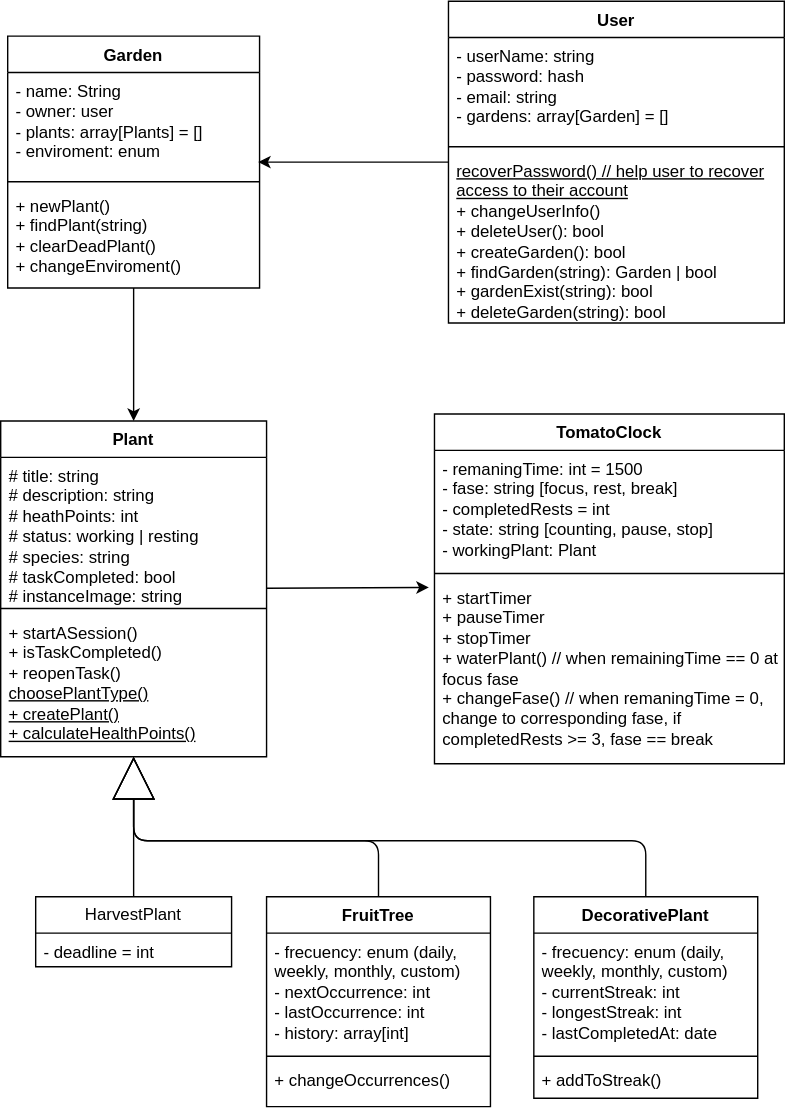
Earlier version of the draw.io export utils/uml-2.svg (danielmoralesar/pomodoro-garden). Source tidied: cells renumbered, new cells last; positions are measured from the earlier drawing's top-left corner, leaving out a move shared by most shapes.
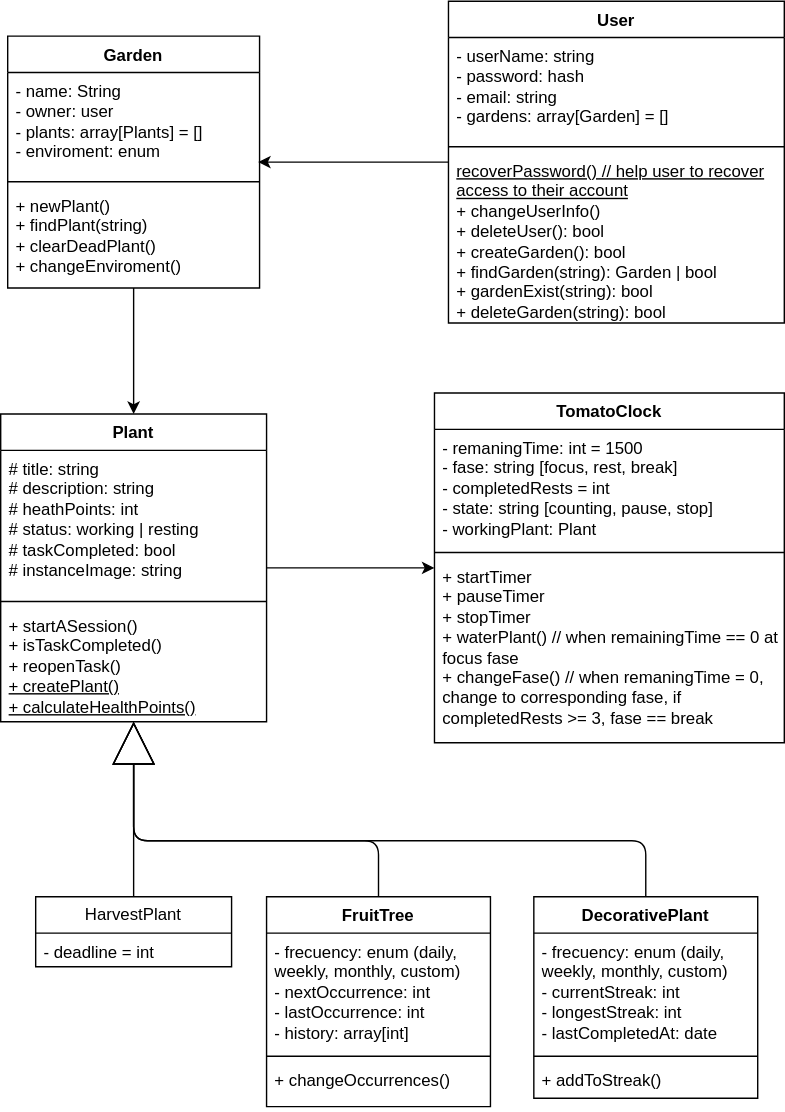
Later version of the same file.

What changed in the source:
```diff
@@ -2,17 +2,20 @@
   <root>
     <mxCell id="0" />
     <mxCell id="1" parent="0" />
+    <mxCell id="34" style="edgeStyle=none;html=1;" parent="1" edge="1" source="2" target="19">
+      <mxGeometry relative="1" as="geometry" />
+    </mxCell>
     <mxCell id="2" value="Plant" style="swimlane;fontStyle=1;align=center;verticalAlign=top;horizontal=1;startSize=26;whiteSpace=wrap;html=1;" parent="1" vertex="1">
-      <mxGeometry y="300" width="190" height="240" as="geometry" />
+      <mxGeometry y="295" width="190" height="220" as="geometry" />
     </mxCell>
-    <mxCell id="3" value="# title: string&lt;div&gt;# description: string&lt;/div&gt;&lt;div&gt;# heathPoints: int&amp;nbsp;&lt;/div&gt;&lt;div&gt;# status: working | resting&lt;/div&gt;&lt;div&gt;# species: string&lt;/div&gt;&lt;div&gt;# taskCompleted: bool&lt;/div&gt;&lt;div&gt;# instanceImage: string&lt;/div&gt;" style="text;strokeColor=none;fillColor=none;align=left;verticalAlign=top;spacingLeft=4;spacingRight=4;overflow=hidden;whiteSpace=wrap;html=1;" parent="2" vertex="1">
+    <mxCell id="3" value="# title: string&lt;div&gt;# description: string&lt;/div&gt;&lt;div&gt;# heathPoints: int&amp;nbsp;&lt;/div&gt;&lt;div&gt;# status: working | resting&lt;/div&gt;&lt;div&gt;# taskCompleted: bool&lt;/div&gt;&lt;div&gt;# instanceImage: string&lt;/div&gt;" style="text;strokeColor=none;fillColor=none;align=left;verticalAlign=top;spacingLeft=4;spacingRight=4;overflow=hidden;whiteSpace=wrap;html=1;" parent="2" vertex="1">
       <mxGeometry y="26" width="190" height="104" as="geometry" />
     </mxCell>
     <mxCell id="4" style="line;strokeWidth=1;fillColor=none;align=left;verticalAlign=middle;spacingTop=-1;spacingLeft=3;spacingRight=3;labelPosition=right;strokeColor=inherit;" parent="2" vertex="1">
       <mxGeometry y="130" width="190" height="8" as="geometry" />
     </mxCell>
-    <mxCell id="5" value="&lt;font&gt;+ startASession()&lt;/font&gt;&lt;div&gt;&lt;font&gt;+ isTaskCompleted()&lt;/font&gt;&lt;/div&gt;&lt;div&gt;&lt;span style=&quot;background-color: transparent;&quot;&gt;&lt;font&gt;+ reopenTask()&lt;/font&gt;&lt;/span&gt;&lt;/div&gt;&lt;div&gt;&lt;span style=&quot;background-color: transparent;&quot;&gt;&lt;font&gt;&lt;u&gt;choosePlantType()&lt;/u&gt;&lt;/font&gt;&lt;/span&gt;&lt;/div&gt;&lt;div&gt;&lt;u&gt;&lt;font&gt;+ createPlant()&lt;/font&gt;&lt;/u&gt;&lt;/div&gt;&lt;div&gt;&lt;font style=&quot;&quot;&gt;&lt;u&gt;+ calculateHealthPoints()&lt;/u&gt;&lt;/font&gt;&lt;/div&gt;&lt;div&gt;&lt;u&gt;&lt;font&gt;&lt;br&gt;&lt;/font&gt;&lt;/u&gt;&lt;/div&gt;" style="text;strokeColor=none;fillColor=none;align=left;verticalAlign=top;spacingLeft=4;spacingRight=4;overflow=hidden;points=[[0,0.5],[1,0.5]];portConstraint=eastwest;whiteSpace=wrap;html=1;" parent="2" vertex="1">
-      <mxGeometry y="138" width="190" height="102" as="geometry" />
+    <mxCell id="5" value="&lt;font&gt;+ startASession()&lt;/font&gt;&lt;div&gt;&lt;font&gt;+ isTaskCompleted()&lt;/font&gt;&lt;/div&gt;&lt;div&gt;&lt;span style=&quot;background-color: transparent;&quot;&gt;&lt;font&gt;+ reopenTask()&lt;/font&gt;&lt;/span&gt;&lt;/div&gt;&lt;div&gt;&lt;u&gt;&lt;font&gt;+ createPlant()&lt;/font&gt;&lt;/u&gt;&lt;/div&gt;&lt;div&gt;&lt;font style=&quot;&quot;&gt;&lt;u&gt;+ calculateHealthPoints()&lt;/u&gt;&lt;/font&gt;&lt;/div&gt;&lt;div&gt;&lt;br&gt;&lt;/div&gt;" style="text;strokeColor=none;fillColor=none;align=left;verticalAlign=top;spacingLeft=4;spacingRight=4;overflow=hidden;points=[[0,0.5],[1,0.5]];portConstraint=eastwest;whiteSpace=wrap;html=1;" parent="2" vertex="1">
+      <mxGeometry y="138" width="190" height="82" as="geometry" />
     </mxCell>
     <mxCell id="6" style="edgeStyle=none;html=1;endArrow=block;endFill=0;endSize=28;" parent="1" edge="1" source="7" target="5">
       <mxGeometry relative="1" as="geometry" />
@@ -64,7 +67,7 @@
       <mxGeometry y="118" width="160" height="26" as="geometry" />
     </mxCell>
     <mxCell id="19" value="TomatoClock" style="swimlane;fontStyle=1;align=center;verticalAlign=top;horizontal=1;startSize=26;whiteSpace=wrap;html=1;" parent="1" vertex="1">
-      <mxGeometry x="310" y="295" width="250" height="250" as="geometry" />
+      <mxGeometry x="310" y="280" width="250" height="250" as="geometry" />
     </mxCell>
     <mxCell id="20" value="- remaningTime: int = 1500&lt;div&gt;- fase: string [focus, rest, break]&lt;/div&gt;&lt;div&gt;- completedRests = int&lt;/div&gt;&lt;div&gt;- state: string [counting, pause, stop]&lt;/div&gt;&lt;div&gt;- workingPlant: Plant&lt;/div&gt;" style="text;strokeColor=none;fillColor=none;align=left;verticalAlign=top;spacingLeft=4;spacingRight=4;overflow=hidden;whiteSpace=wrap;html=1;" parent="19" vertex="1">
       <mxGeometry y="26" width="250" height="84" as="geometry" />
@@ -102,9 +105,6 @@
     <mxCell id="31" value="&lt;div&gt;&lt;u style=&quot;background-color: transparent;&quot;&gt;&lt;font&gt;recoverPassword() // help user to recover access to their account&lt;/font&gt;&lt;/u&gt;&lt;/div&gt;&lt;div&gt;&lt;font&gt;+ changeUserInfo()&amp;nbsp;&lt;/font&gt;&lt;/div&gt;&lt;div&gt;&lt;font&gt;+ deleteUser(): bool&lt;/font&gt;&lt;/div&gt;&lt;font&gt;+ createGarden(): bool&amp;nbsp;&lt;/font&gt;&lt;div&gt;&lt;font&gt;+ findGarden(string): Garden | bool&lt;/font&gt;&lt;/div&gt;&lt;div&gt;&lt;font&gt;+ gardenExist(string): bool&lt;br&gt;&lt;/font&gt;&lt;div&gt;&lt;font&gt;+ deleteGarden(string): bool&lt;/font&gt;&lt;/div&gt;&lt;div&gt;&lt;br&gt;&lt;/div&gt;&lt;/div&gt;" style="text;strokeColor=none;fillColor=none;align=left;verticalAlign=top;spacingLeft=4;spacingRight=4;overflow=hidden;whiteSpace=wrap;html=1;" parent="28" vertex="1">
       <mxGeometry y="108" width="240" height="122" as="geometry" />
     </mxCell>
-    <mxCell id="32" style="edgeStyle=none;html=1;entryX=-0.016;entryY=0.045;entryDx=0;entryDy=0;entryPerimeter=0;" parent="1" edge="1" source="2" target="22">
-      <mxGeometry relative="1" as="geometry" />
-    </mxCell>
     <mxCell id="33" style="edgeStyle=none;html=1;entryX=0.994;entryY=0.865;entryDx=0;entryDy=0;entryPerimeter=0;" parent="1" edge="1" source="28" target="25">
       <mxGeometry relative="1" as="geometry" />
     </mxCell>
```
